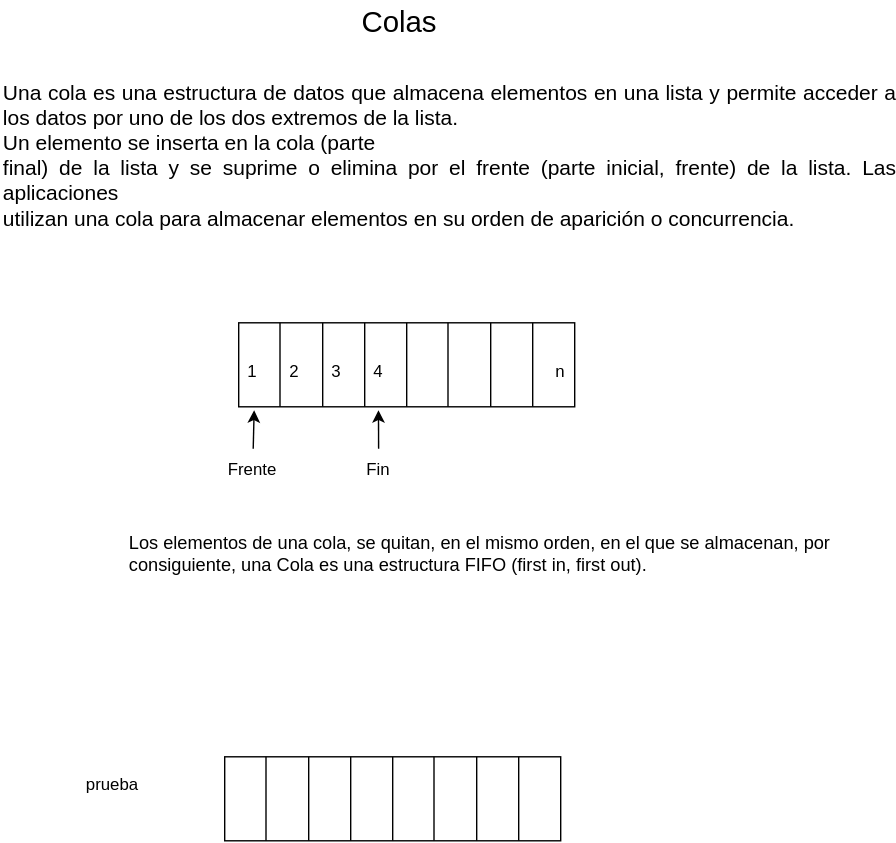
The draw.io diagram Estructura-de-datos/Colas/Queue.drawio.svg in Nordcode-cyber/Algoritmos-Estructdatos, before a commit. Source tidied: cells renumbered, new cells last; positions are measured from the earlier drawing's top-left corner, leaving out a move shared by most shapes.
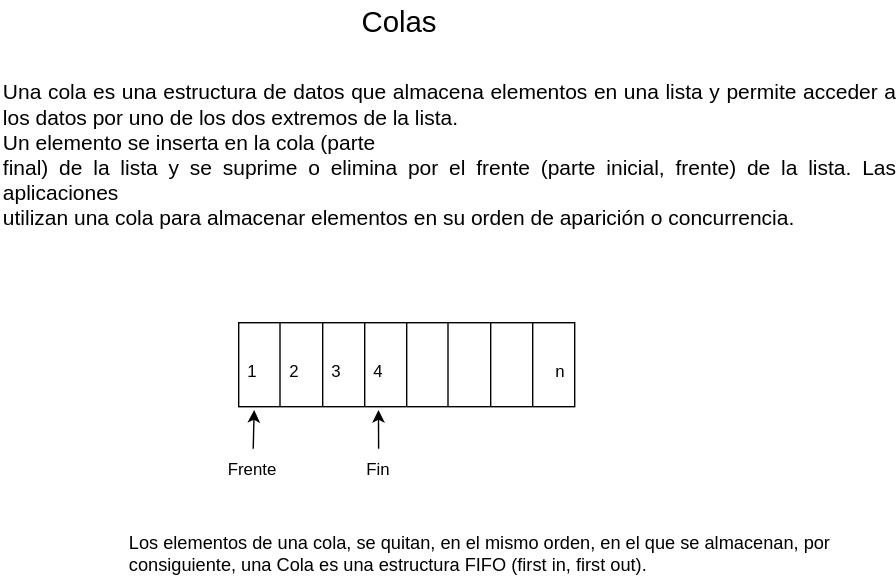
The same file after the commit.

The edit, as a diff of the source:
```diff
@@ -8,54 +8,6 @@
     <mxCell id="3" value="&lt;div style=&quot;text-align: justify;&quot;&gt;&lt;span style=&quot;background-color: transparent;&quot;&gt;&lt;font style=&quot;font-size: 15px;&quot;&gt;Una cola es una estructura de datos que almacena elementos en una lista y permite acceder a los datos por uno de los dos extremos de la lista.&lt;/font&gt;&lt;/span&gt;&lt;/div&gt;&lt;div&gt;&lt;div style=&quot;text-align: justify;&quot;&gt;&lt;font style=&quot;font-size: 15px;&quot;&gt;Un elemento se inserta en la cola (parte&lt;/font&gt;&lt;/div&gt;&lt;div style=&quot;text-align: justify;&quot;&gt;&lt;font style=&quot;font-size: 15px;&quot;&gt;final) de la lista y se suprime o elimina por el frente (parte inicial, frente) de la lista. Las aplicaciones&lt;/font&gt;&lt;/div&gt;&lt;div style=&quot;text-align: justify;&quot;&gt;&lt;font style=&quot;font-size: 15px;&quot;&gt;utilizan una cola para almacenar elementos en su orden de aparición o concurrencia.&lt;/font&gt;&lt;/div&gt;&lt;/div&gt;" style="text;html=1;whiteSpace=wrap;overflow=hidden;rounded=0;align=left;" parent="1" vertex="1">
       <mxGeometry y="50" width="640" height="150" as="geometry" />
     </mxCell>
-    <mxCell id="4" style="rounded=0;whiteSpace=wrap;html=1;fillColor=none;" parent="1" vertex="1">
-      <mxGeometry x="160" y="540" width="240" height="60" as="geometry" />
-    </mxCell>
-    <mxCell id="5" style="endArrow=none;html=1;" parent="1" edge="1">
-      <mxGeometry relative="1" as="geometry">
-        <mxPoint x="189.5" y="600" as="sourcePoint" />
-        <mxPoint x="189.5" y="540" as="targetPoint" />
-      </mxGeometry>
-    </mxCell>
-    <mxCell id="6" style="endArrow=none;html=1;" parent="1" edge="1">
-      <mxGeometry relative="1" as="geometry">
-        <mxPoint x="220" y="600" as="sourcePoint" />
-        <mxPoint x="220" y="540" as="targetPoint" />
-      </mxGeometry>
-    </mxCell>
-    <mxCell id="7" style="endArrow=none;html=1;" parent="1" edge="1">
-      <mxGeometry relative="1" as="geometry">
-        <mxPoint x="250" y="600" as="sourcePoint" />
-        <mxPoint x="250" y="540" as="targetPoint" />
-      </mxGeometry>
-    </mxCell>
-    <mxCell id="8" style="endArrow=none;html=1;" parent="1" edge="1">
-      <mxGeometry relative="1" as="geometry">
-        <mxPoint x="280" y="600" as="sourcePoint" />
-        <mxPoint x="280" y="540" as="targetPoint" />
-      </mxGeometry>
-    </mxCell>
-    <mxCell id="9" style="endArrow=none;html=1;" parent="1" edge="1">
-      <mxGeometry relative="1" as="geometry">
-        <mxPoint x="309.5" y="600" as="sourcePoint" />
-        <mxPoint x="309.5" y="540" as="targetPoint" />
-      </mxGeometry>
-    </mxCell>
-    <mxCell id="10" style="endArrow=none;html=1;" parent="1" edge="1">
-      <mxGeometry relative="1" as="geometry">
-        <mxPoint x="340" y="600" as="sourcePoint" />
-        <mxPoint x="340" y="540" as="targetPoint" />
-      </mxGeometry>
-    </mxCell>
-    <mxCell id="11" style="endArrow=none;html=1;" parent="1" edge="1">
-      <mxGeometry relative="1" as="geometry">
-        <mxPoint x="370" y="600" as="sourcePoint" />
-        <mxPoint x="370" y="540" as="targetPoint" />
-      </mxGeometry>
-    </mxCell>
-    <mxCell id="12" value="prueba" style="text;html=1;align=center;verticalAlign=middle;whiteSpace=wrap;rounded=0;" parent="1" vertex="1">
-      <mxGeometry x="50" y="545" width="60" height="30" as="geometry" />
-    </mxCell>
     <mxCell id="13" style="rounded=0;whiteSpace=wrap;html=1;fillColor=none;" parent="1" vertex="1">
       <mxGeometry x="170" y="230" width="240" height="60" as="geometry" />
     </mxCell>
```
